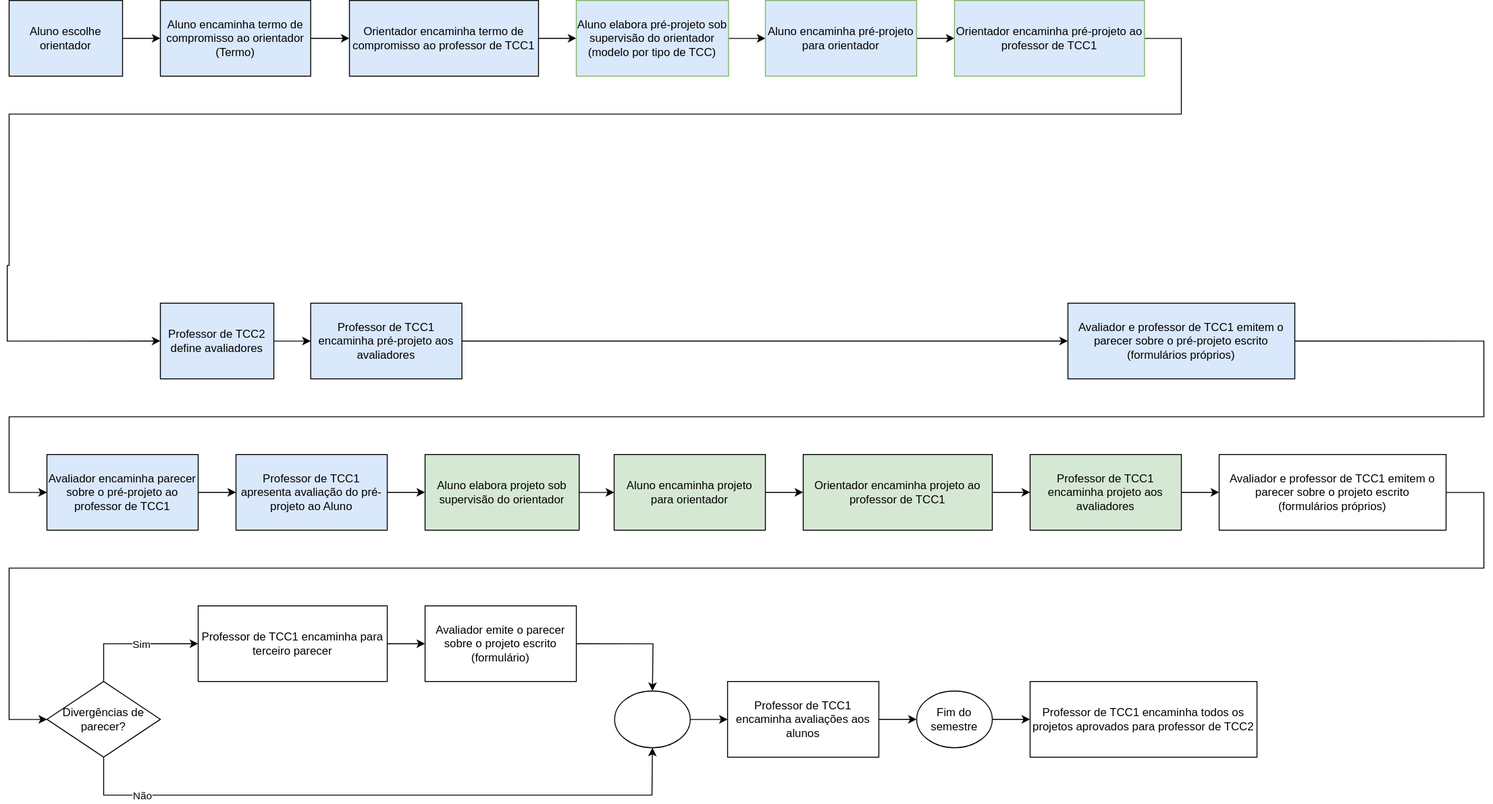
Earlier version of the draw.io export _SIS/Cronogramas/cronogramaFluxograma.drawio.svg (dalton-reis/disciplina_TCC1_Privado). Source tidied: cells renumbered, new cells last; positions are measured from the earlier drawing's top-left corner, leaving out a move shared by most shapes.
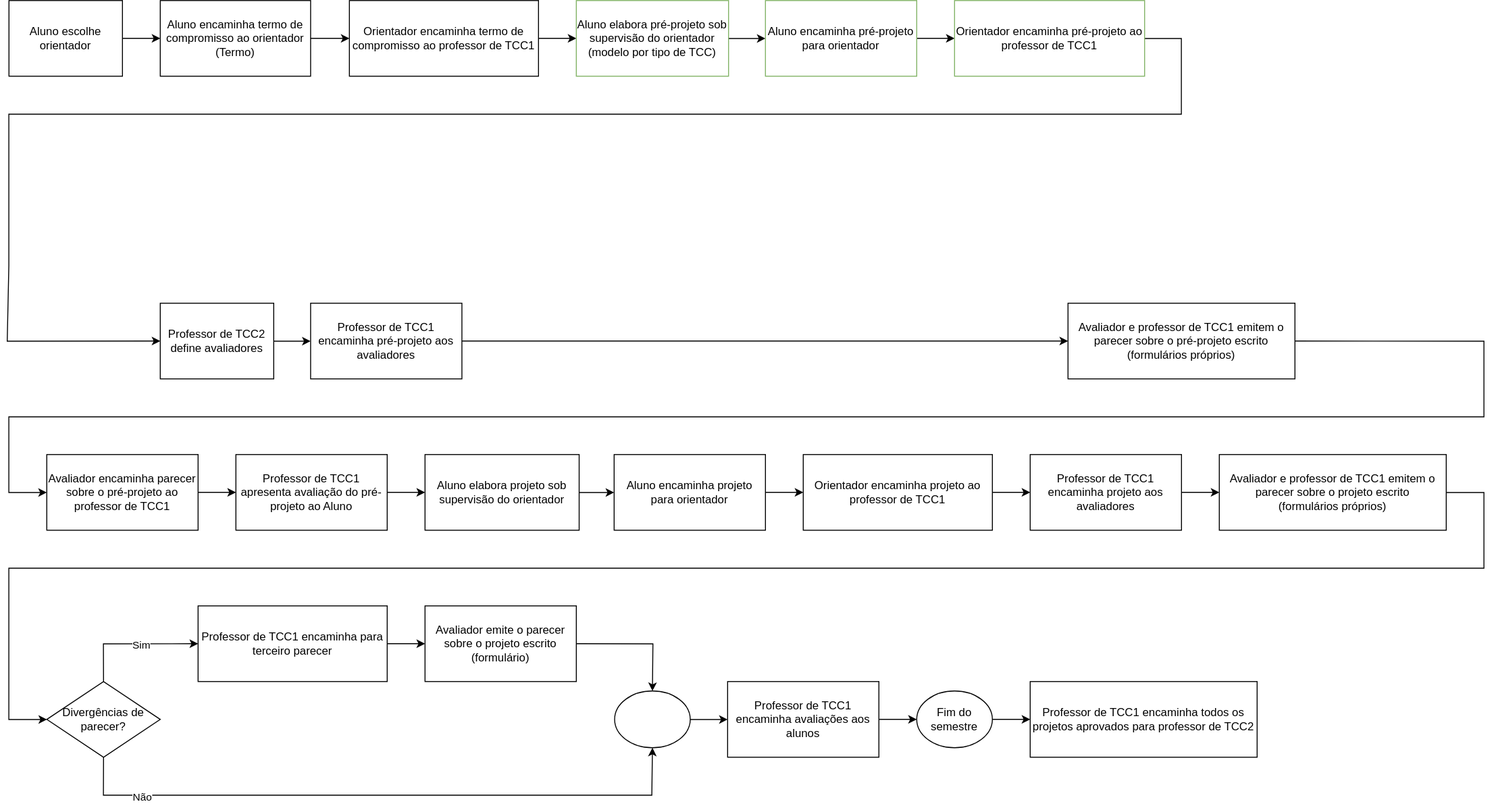
Later version of the same file.

What changed in the source:
```diff
@@ -5,31 +5,31 @@
     <mxCell id="2" style="edgeStyle=orthogonalEdgeStyle;rounded=0;jettySize=auto;html=1;fillColor=#dae8fc;strokeColor=#000000;fontColor=#000000;" parent="1" edge="1" source="3" target="5">
       <mxGeometry relative="1" as="geometry" />
     </mxCell>
-    <mxCell id="3" value="Aluno escolhe orientador" style="whiteSpace=wrap;html=1;fillColor=#DAE8FC;strokeColor=#000000;" parent="1" vertex="1">
+    <mxCell id="3" value="Aluno escolhe orientador" style="whiteSpace=wrap;html=1;fillColor=none;strokeColor=#000000;" parent="1" vertex="1">
       <mxGeometry x="2" width="120" height="80" as="geometry" />
     </mxCell>
     <mxCell id="4" style="edgeStyle=orthogonalEdgeStyle;rounded=0;jettySize=auto;html=1;fillColor=#dae8fc;strokeColor=#000000;fontColor=#000000;" parent="1" edge="1" source="5" target="7">
       <mxGeometry relative="1" as="geometry" />
     </mxCell>
-    <mxCell id="5" value="Aluno encaminha termo de compromisso ao orientador&lt;br&gt;(Termo)" style="whiteSpace=wrap;html=1;fillColor=#DAE8FC;strokeColor=#000000;" parent="1" vertex="1">
+    <mxCell id="5" value="Aluno encaminha termo de compromisso ao orientador&lt;br&gt;(Termo)" style="whiteSpace=wrap;html=1;fillColor=none;strokeColor=#000000;" parent="1" vertex="1">
       <mxGeometry x="162" width="159" height="80" as="geometry" />
     </mxCell>
     <mxCell id="6" style="edgeStyle=orthogonalEdgeStyle;rounded=0;jettySize=auto;html=1;fillColor=#dae8fc;strokeColor=#000000;fontColor=#000000;" parent="1" edge="1" source="7" target="9">
       <mxGeometry relative="1" as="geometry" />
     </mxCell>
-    <mxCell id="7" value="Orientador encaminha termo de compromisso ao professor de TCC1" style="whiteSpace=wrap;html=1;fillColor=#DAE8FC;strokeColor=#000000;" parent="1" vertex="1">
+    <mxCell id="7" value="Orientador encaminha termo de compromisso ao professor de TCC1" style="whiteSpace=wrap;html=1;fillColor=none;strokeColor=#000000;" parent="1" vertex="1">
       <mxGeometry x="362" width="200" height="80" as="geometry" />
     </mxCell>
     <mxCell id="8" style="edgeStyle=orthogonalEdgeStyle;rounded=0;jettySize=auto;html=1;strokeColor=#000000;fontColor=#000000;fillColor=#dae8fc;" parent="1" edge="1" source="9" target="11">
       <mxGeometry relative="1" as="geometry" />
     </mxCell>
-    <mxCell id="9" value="Aluno elabora pré-projeto sob supervisão do orientador&lt;br&gt;(modelo por tipo de TCC)" style="whiteSpace=wrap;html=1;fillColor=#dae8fc;strokeColor=#82b366;" parent="1" vertex="1">
+    <mxCell id="9" value="Aluno elabora pré-projeto sob supervisão do orientador&lt;br&gt;(modelo por tipo de TCC)" style="whiteSpace=wrap;html=1;fillColor=none;strokeColor=#82b366;" parent="1" vertex="1">
       <mxGeometry x="602" width="161" height="80" as="geometry" />
     </mxCell>
     <mxCell id="10" style="edgeStyle=orthogonalEdgeStyle;rounded=0;jettySize=auto;html=1;fillColor=#d5e8d4;strokeColor=#000000;fontColor=#000000;" parent="1" edge="1" source="11" target="13">
       <mxGeometry relative="1" as="geometry" />
     </mxCell>
-    <mxCell id="11" value="Aluno encaminha pré-projeto para orientador" style="whiteSpace=wrap;html=1;fillColor=#dae8fc;strokeColor=#82b366;" parent="1" vertex="1">
+    <mxCell id="11" value="Aluno encaminha pré-projeto para orientador" style="whiteSpace=wrap;html=1;fillColor=none;strokeColor=#82b366;" parent="1" vertex="1">
       <mxGeometry x="802" width="160" height="80" as="geometry" />
     </mxCell>
     <mxCell id="12" style="edgeStyle=orthogonalEdgeStyle;rounded=0;jettySize=auto;html=1;fontColor=#000000;entryX=0;entryY=0.5;entryDx=0;entryDy=0;" parent="1" edge="1" source="13" target="15">
@@ -44,13 +44,13 @@
         </Array>
       </mxGeometry>
     </mxCell>
-    <mxCell id="13" value="Orientador encaminha pré-projeto ao professor de TCC1" style="whiteSpace=wrap;html=1;fillColor=#dae8fc;strokeColor=#82b366;" parent="1" vertex="1">
+    <mxCell id="13" value="Orientador encaminha pré-projeto ao professor de TCC1" style="whiteSpace=wrap;html=1;fillColor=none;strokeColor=#82b366;" parent="1" vertex="1">
       <mxGeometry x="1002" width="201" height="80" as="geometry" />
     </mxCell>
     <mxCell id="14" style="edgeStyle=orthogonalEdgeStyle;rounded=0;jettySize=auto;html=1;fillColor=#d5e8d4;strokeColor=default;fontColor=#000000;" parent="1" edge="1" source="15" target="18">
       <mxGeometry relative="1" as="geometry" />
     </mxCell>
-    <mxCell id="15" value="Professor de TCC2 define avaliadores" style="whiteSpace=wrap;html=1;fillColor=#dae8fc;strokeColor=default;fontColor=#000000;" parent="1" vertex="1">
+    <mxCell id="15" value="Professor de TCC2 define avaliadores" style="whiteSpace=wrap;html=1;fillColor=none;strokeColor=default;fontColor=#000000;" parent="1" vertex="1">
       <mxGeometry x="162" y="320" width="120" height="80" as="geometry" />
     </mxCell>
     <mxCell id="16" style="edgeStyle=orthogonalEdgeStyle;rounded=0;jettySize=auto;html=1;fontColor=#000000;exitX=1;exitY=0.5;exitDx=0;exitDy=0;" parent="1" edge="1" source="19" target="21">
@@ -66,46 +66,46 @@
     <mxCell id="17" style="edgeStyle=orthogonalEdgeStyle;rounded=0;jettySize=auto;html=1;fontColor=#000000;" parent="1" edge="1" source="18" target="19">
       <mxGeometry relative="1" as="geometry" />
     </mxCell>
-    <mxCell id="18" value="Professor de TCC1 encaminha pré-projeto aos avaliadores" style="whiteSpace=wrap;html=1;fillColor=#dae8fc;strokeColor=default;fontColor=#000000;" parent="1" vertex="1">
+    <mxCell id="18" value="Professor de TCC1 encaminha pré-projeto aos avaliadores" style="whiteSpace=wrap;html=1;fillColor=none;strokeColor=default;fontColor=#000000;" parent="1" vertex="1">
       <mxGeometry x="321" y="320" width="160" height="80" as="geometry" />
     </mxCell>
-    <mxCell id="19" value="Avaliador e professor de TCC1 emitem o parecer sobre o pré-projeto escrito&lt;br&gt;(formulários próprios)" style="whiteSpace=wrap;html=1;fillColor=#dae8fc;strokeColor=default;fontColor=#000000;" parent="1" vertex="1">
+    <mxCell id="19" value="Avaliador e professor de TCC1 emitem o parecer sobre o pré-projeto escrito&lt;br&gt;(formulários próprios)" style="whiteSpace=wrap;html=1;fillColor=none;strokeColor=default;fontColor=#000000;" parent="1" vertex="1">
       <mxGeometry x="1122" y="320" width="240" height="80" as="geometry" />
     </mxCell>
     <mxCell id="20" style="edgeStyle=orthogonalEdgeStyle;rounded=0;jettySize=auto;html=1;fontColor=#000000;" parent="1" edge="1" source="21" target="23">
       <mxGeometry relative="1" as="geometry" />
     </mxCell>
-    <mxCell id="21" value="Avaliador encaminha parecer sobre o pré-projeto ao professor de TCC1" style="whiteSpace=wrap;html=1;fillColor=#dae8fc;strokeColor=default;fontColor=#000000;" parent="1" vertex="1">
+    <mxCell id="21" value="Avaliador encaminha parecer sobre o pré-projeto ao professor de TCC1" style="whiteSpace=wrap;html=1;fillColor=none;strokeColor=default;fontColor=#000000;" parent="1" vertex="1">
       <mxGeometry x="42" y="480" width="160" height="80" as="geometry" />
     </mxCell>
     <mxCell id="22" style="edgeStyle=orthogonalEdgeStyle;rounded=0;jettySize=auto;html=1;fontColor=#000000;" parent="1" edge="1" source="23" target="25">
       <mxGeometry relative="1" as="geometry" />
     </mxCell>
-    <mxCell id="23" value="Professor de TCC1 apresenta avaliação do pré-projeto ao Aluno" style="whiteSpace=wrap;html=1;fillColor=#dae8fc;strokeColor=default;fontColor=#000000;" parent="1" vertex="1">
+    <mxCell id="23" value="Professor de TCC1 apresenta avaliação do pré-projeto ao Aluno" style="whiteSpace=wrap;html=1;fillColor=none;strokeColor=default;fontColor=#000000;" parent="1" vertex="1">
       <mxGeometry x="242" y="480" width="160" height="80" as="geometry" />
     </mxCell>
     <mxCell id="24" style="edgeStyle=orthogonalEdgeStyle;rounded=0;jettySize=auto;html=1;fontColor=#000000;" parent="1" edge="1" source="25" target="27">
       <mxGeometry relative="1" as="geometry" />
     </mxCell>
-    <mxCell id="25" value="Aluno elabora projeto sob supervisão do orientador" style="whiteSpace=wrap;html=1;fontColor=#000000;fillColor=#d5e8d4;" parent="1" vertex="1">
+    <mxCell id="25" value="Aluno elabora projeto sob supervisão do orientador" style="whiteSpace=wrap;html=1;fontColor=#000000;fillColor=none;" parent="1" vertex="1">
       <mxGeometry x="442" y="480" width="163" height="80" as="geometry" />
     </mxCell>
     <mxCell id="26" style="edgeStyle=orthogonalEdgeStyle;rounded=0;jettySize=auto;html=1;fontColor=#000000;" parent="1" edge="1" source="27" target="29">
       <mxGeometry relative="1" as="geometry" />
     </mxCell>
-    <mxCell id="27" value="Aluno encaminha projeto para orientador" style="whiteSpace=wrap;html=1;fontColor=#000000;fillColor=#d5e8d4;" parent="1" vertex="1">
+    <mxCell id="27" value="Aluno encaminha projeto para orientador" style="whiteSpace=wrap;html=1;fontColor=#000000;fillColor=none;" parent="1" vertex="1">
       <mxGeometry x="642" y="480" width="160" height="80" as="geometry" />
     </mxCell>
     <mxCell id="28" style="edgeStyle=orthogonalEdgeStyle;rounded=0;jettySize=auto;html=1;fontColor=#000000;" parent="1" edge="1" source="29" target="31">
       <mxGeometry relative="1" as="geometry" />
     </mxCell>
-    <mxCell id="29" value="Orientador encaminha projeto ao professor de TCC1" style="whiteSpace=wrap;html=1;fontColor=#000000;fillColor=#d5e8d4;" parent="1" vertex="1">
+    <mxCell id="29" value="Orientador encaminha projeto ao professor de TCC1" style="whiteSpace=wrap;html=1;fontColor=#000000;fillColor=none;" parent="1" vertex="1">
       <mxGeometry x="842" y="480" width="200" height="80" as="geometry" />
     </mxCell>
     <mxCell id="30" style="edgeStyle=orthogonalEdgeStyle;rounded=0;jettySize=auto;html=1;fontColor=#000000;" parent="1" edge="1" source="31" target="33">
       <mxGeometry relative="1" as="geometry" />
     </mxCell>
-    <mxCell id="31" value="Professor de TCC1 encaminha projeto aos avaliadores" style="whiteSpace=wrap;html=1;fontColor=#000000;fillColor=#d5e8d4;" parent="1" vertex="1">
+    <mxCell id="31" value="Professor de TCC1 encaminha projeto aos avaliadores" style="whiteSpace=wrap;html=1;fontColor=#000000;fillColor=none;" parent="1" vertex="1">
       <mxGeometry x="1082" y="480" width="160" height="80" as="geometry" />
     </mxCell>
     <mxCell id="32" style="edgeStyle=orthogonalEdgeStyle;rounded=0;jettySize=auto;html=1;fontColor=#000000;" parent="1" edge="1" source="33" target="38">
```
